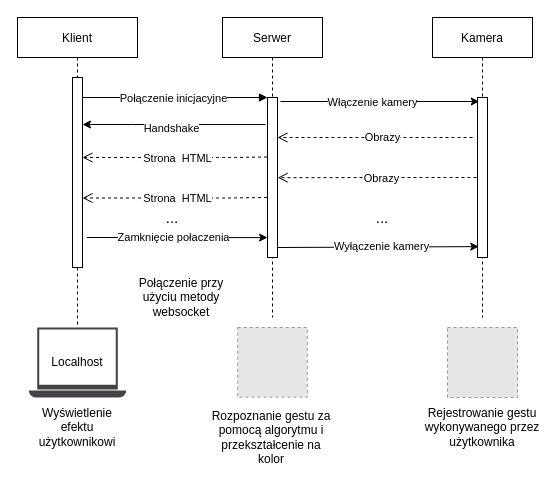
Before: dokumentacja/sequence.drawio in Mitchu727/SKPS---gesture-recoqnition, a draw.io diagram. Source tidied: cells renumbered, new cells numbered last; positions are measured from the earlier drawing's top-left corner, leaving out a move shared by most shapes. Both pictures are drawn from the tidied source at 100%, with x=0, y=0 at pixel (17, 17). Pictures stored in the file or linked from it are replaced by grey dashed boxes.
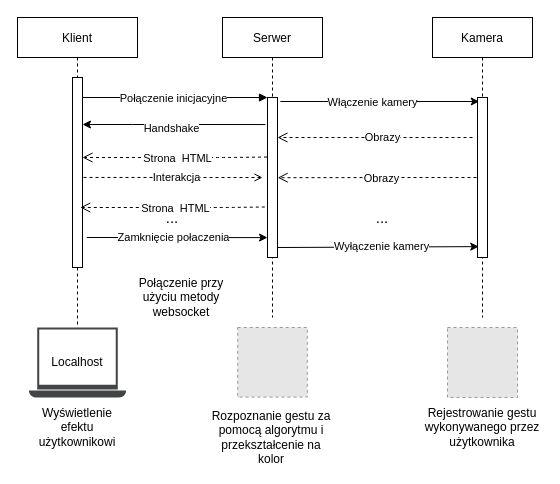
After the change.

The change refers to these unchanged cells:
```xml
<mxCell id="3" style="points=[];perimeter=orthogonalPerimeter;rounded=0;shadow=0;strokeWidth=1;" parent="2" vertex="1">
  <mxGeometry x="55" y="60" width="10" height="190" as="geometry" />
</mxCell>
```

What changed in the source:
```diff
@@
     <mxCell id="23" style="verticalAlign=bottom;endArrow=open;dashed=1;endSize=8;shadow=0;strokeWidth=1;exitX=-0.048;exitY=0.372;exitDx=0;exitDy=0;exitPerimeter=0;" parent="1" edge="1">
       <mxGeometry relative="1" as="geometry">
-        <mxPoint x="249.5" y="180" as="sourcePoint" />
-        <mxPoint x="65" y="180.5" as="targetPoint" />
+        <mxPoint x="247.3" y="189.5" as="sourcePoint" />
+        <mxPoint x="62.7" y="190" as="targetPoint" />
         <Array as="points">
-          <mxPoint x="210" y="180.5" />
+          <mxPoint x="207.7" y="190" />
         </Array>
       </mxGeometry>
     </mxCell>
@@
+    <mxCell id="36" style="endArrow=open;html=1;dashed=1;exitX=1.1;exitY=0.526;exitDx=0;exitDy=0;exitPerimeter=0;endFill=0;" parent="1" edge="1" source="3">
+      <mxGeometry relative="1" as="geometry">
+        <mxPoint x="245" y="160" as="targetPoint" />
+        <Array as="points">
+          <mxPoint x="185" y="160" />
+          <mxPoint x="245" y="160" />
+        </Array>
+      </mxGeometry>
+    </mxCell>
+    <mxCell id="37" value="Interakcja" style="edgeLabel;html=1;align=center;verticalAlign=middle;" parent="36" vertex="1">
+      <mxGeometry x="0.04" relative="1" as="geometry" />
+    </mxCell>
```
